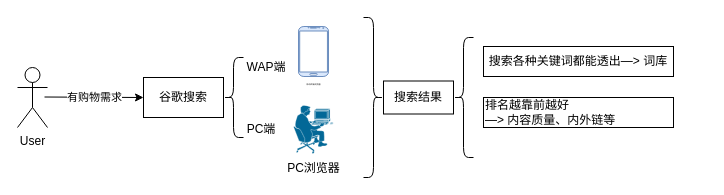
Above: 免费获客SEO.drawio in kdoclg/git_study (draw.io), before the change. Source tidied: cells renumbered, new cells numbered last; positions are measured from the earlier drawing's top-left corner, leaving out a move shared by most shapes. Both pictures are drawn from the tidied source at 100%, with x=0, y=0 at pixel (17, 17).
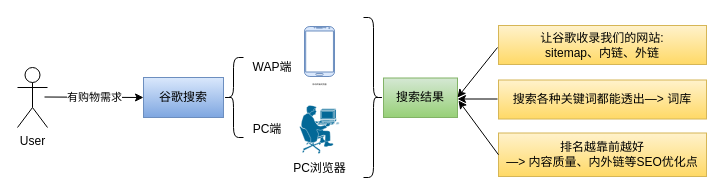
The same diagram, later.

Commit message (it also covers changes not shown here):
更新免费获客SEO.drawio

What changed in the source:
```diff
@@
     <mxCell id="3" value="移动终端浏览器" style="verticalLabelPosition=bottom;verticalAlign=top;html=1;shadow=0;dashed=0;strokeWidth=1;shape=mxgraph.android.phone2;strokeColor=#6c8ebf;fillColor=#dae8fc;fontSize=2;" parent="1" vertex="1">
-      <mxGeometry x="281" y="9" width="30" height="50" as="geometry" />
+      <mxGeometry x="287" y="9" width="30" height="50" as="geometry" />
     </mxCell>
@@
     <mxCell id="7" value="WAP端" style="text;html=1;strokeColor=none;fillColor=none;align=center;verticalAlign=middle;whiteSpace=wrap;rounded=0;" parent="1" vertex="1">
-      <mxGeometry x="219" y="35" width="60" height="30" as="geometry" />
+      <mxGeometry x="225" y="35" width="60" height="30" as="geometry" />
     </mxCell>
     <mxCell id="8" value="PC端" style="text;html=1;strokeColor=none;fillColor=none;align=center;verticalAlign=middle;whiteSpace=wrap;rounded=0;" parent="1" vertex="1">
-      <mxGeometry x="214" y="97" width="60" height="30" as="geometry" />
+      <mxGeometry x="220" y="97" width="60" height="30" as="geometry" />
     </mxCell>
-    <mxCell id="9" value="谷歌搜索" style="rounded=0;whiteSpace=wrap;html=1;" parent="1" vertex="1">
+    <mxCell id="9" value="谷歌搜索" style="rounded=0;whiteSpace=wrap;html=1;fillColor=#dae8fc;strokeColor=#6c8ebf;gradientColor=#7ea6e0;" parent="1" vertex="1">
       <mxGeometry x="126" y="60" width="80" height="40" as="geometry" />
     </mxCell>
     <mxCell id="10" value="PC浏览器" style="shape=mxgraph.cisco.people.pc_man;sketch=0;html=1;dashed=0;fillColor=#036897;strokeColor=#ffffff;strokeWidth=2;verticalLabelPosition=bottom;verticalAlign=top;align=center;" parent="1" vertex="1">
-      <mxGeometry x="276" y="87.5" width="40" height="49" as="geometry" />
+      <mxGeometry x="282" y="87.5" width="40" height="49" as="geometry" />
     </mxCell>
@@
-    <mxCell id="12" value="搜索结果" style="rounded=0;whiteSpace=wrap;html=1;" parent="1" vertex="1">
-      <mxGeometry x="366" y="63.5" width="70" height="33" as="geometry" />
+    <mxCell id="12" value="搜索结果" style="rounded=0;whiteSpace=wrap;html=1;fillColor=#d5e8d4;strokeColor=#82b366;gradientColor=#97d077;" parent="1" vertex="1">
+      <mxGeometry x="366" y="60.5" width="74" height="39.5" as="geometry" />
     </mxCell>
-    <mxCell id="13" style="shape=curlyBracket;whiteSpace=wrap;html=1;rounded=1;labelPosition=left;verticalLabelPosition=middle;align=right;verticalAlign=middle;" parent="1" vertex="1">
-      <mxGeometry x="436" y="20" width="20" height="120" as="geometry" />
-    </mxCell>
-    <mxCell id="14" value="搜索各种关键词都能透出—&amp;gt; 词库" style="rounded=0;whiteSpace=wrap;html=1;" parent="1" vertex="1">
-      <mxGeometry x="466" y="29" width="190" height="30" as="geometry" />
+    <mxCell id="14" value="搜索各种关键词都能透出—&amp;gt; 词库" style="rounded=0;whiteSpace=wrap;html=1;fillColor=#fff2cc;strokeColor=#d6b656;gradientColor=#ffd966;" parent="1" vertex="1">
+      <mxGeometry x="481" y="62.5" width="208" height="39" as="geometry" />
     </mxCell>
-    <mxCell id="15" value="排名越靠前越好&lt;br&gt;—&amp;gt; 内容质量、内外链等" style="rounded=0;whiteSpace=wrap;html=1;align=left;" parent="1" vertex="1">
-      <mxGeometry x="466" y="80" width="190" height="30" as="geometry" />
+    <mxCell id="15" value="排名越靠前越好&lt;br&gt;—&amp;gt; 内容质量、内外链等SEO优化点" style="rounded=0;whiteSpace=wrap;html=1;align=center;fillColor=#fff2cc;strokeColor=#d6b656;gradientColor=#ffd966;" parent="1" vertex="1">
+      <mxGeometry x="481" y="115.5" width="208" height="43.5" as="geometry" />
     </mxCell>
+    <mxCell id="16" value="让谷歌收录我们的网站: &lt;br&gt;sitemap、内链、外链" style="rounded=0;whiteSpace=wrap;html=1;fillColor=#fff2cc;strokeColor=#d6b656;gradientColor=#ffd966;" parent="1" vertex="1">
+      <mxGeometry x="481" y="8" width="208" height="39" as="geometry" />
+    </mxCell>
+    <mxCell id="17" style="endArrow=classic;html=1;rounded=0;" parent="1" edge="1">
+      <mxGeometry relative="1" as="geometry">
+        <mxPoint x="480" y="30" as="sourcePoint" />
+        <mxPoint x="440" y="80" as="targetPoint" />
+      </mxGeometry>
+    </mxCell>
+    <mxCell id="18" style="endArrow=classic;html=1;rounded=0;" parent="1" edge="1">
+      <mxGeometry relative="1" as="geometry">
+        <mxPoint x="480" y="81.5" as="sourcePoint" />
+        <mxPoint x="440" y="81.5" as="targetPoint" />
+      </mxGeometry>
+    </mxCell>
+    <mxCell id="19" style="endArrow=classic;html=1;rounded=0;exitX=0;exitY=0.5;exitDx=0;exitDy=0;" parent="1" edge="1" source="15">
+      <mxGeometry relative="1" as="geometry">
+        <mxPoint x="441" y="83" as="targetPoint" />
+      </mxGeometry>
+    </mxCell>
```
